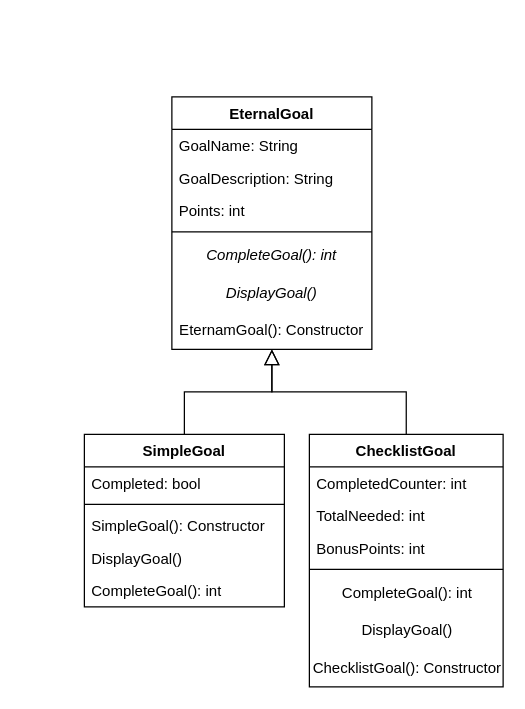
Before: Draw.io/Polymorphism.drawio in Jebthegamer/cse210_hw, a draw.io diagram. Source tidied: cells renumbered, new cells numbered last; positions are measured from the earlier drawing's top-left corner, leaving out a move shared by most shapes. Both pictures are drawn from the tidied source at 125%, with x=0, y=0 at pixel (84, 96).
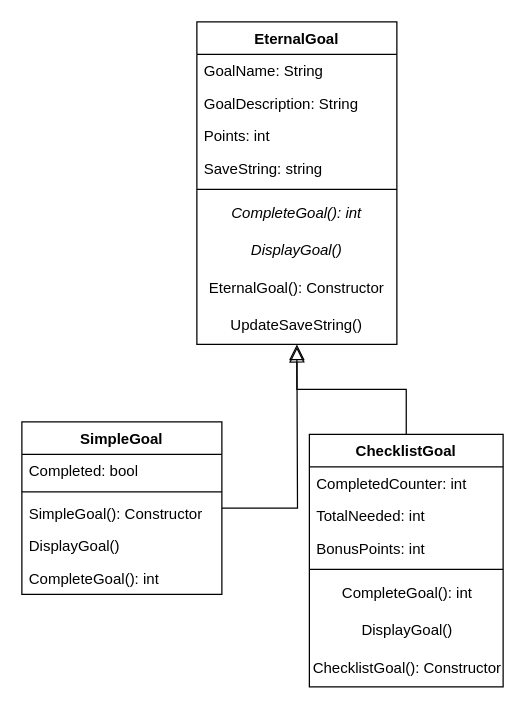
After the change.

Diff of the diagram source:
```diff
@@
     <mxCell id="2" value="EternalGoal" style="swimlane;fontStyle=1;align=center;verticalAlign=top;horizontal=1;startSize=26;rounded=0;shadow=0;strokeWidth=1;" parent="1" vertex="1">
-      <mxGeometry x="70" width="160" height="202" as="geometry" />
+      <mxGeometry x="90" y="-60" width="160" height="258" as="geometry" />
     </mxCell>
@@
+    <mxCell id="26" value="SaveString: string" style="text;align=left;verticalAlign=top;spacingLeft=4;spacingRight=4;overflow=hidden;" parent="2" vertex="1">
+      <mxGeometry y="104" width="160" height="26" as="geometry" />
+    </mxCell>
     <mxCell id="6" style="line;html=1;strokeWidth=1;align=left;verticalAlign=middle;spacingTop=-1;spacingLeft=3;spacingRight=3;labelPosition=right;" parent="2" vertex="1">
-      <mxGeometry y="104" width="160" height="8" as="geometry" />
+      <mxGeometry y="130" width="160" height="8" as="geometry" />
     </mxCell>
     <mxCell id="7" value="&lt;i&gt;CompleteGoal(): int&lt;/i&gt;" style="text;html=1;strokeColor=none;fillColor=none;align=center;verticalAlign=middle;whiteSpace=wrap;rounded=0;" parent="2" vertex="1">
-      <mxGeometry y="112" width="160" height="30" as="geometry" />
+      <mxGeometry y="138" width="160" height="30" as="geometry" />
     </mxCell>
     <mxCell id="8" value="&lt;i&gt;DisplayGoal()&lt;/i&gt;" style="text;html=1;strokeColor=none;fillColor=none;align=center;verticalAlign=middle;whiteSpace=wrap;rounded=0;" parent="2" vertex="1">
-      <mxGeometry y="142" width="160" height="30" as="geometry" />
+      <mxGeometry y="168" width="160" height="30" as="geometry" />
     </mxCell>
-    <mxCell id="9" value="EternamGoal(): Constructor" style="text;html=1;strokeColor=none;fillColor=none;align=center;verticalAlign=middle;whiteSpace=wrap;rounded=0;" parent="2" vertex="1">
-      <mxGeometry y="172" width="160" height="30" as="geometry" />
+    <mxCell id="9" value="EternalGoal(): Constructor" style="text;html=1;strokeColor=none;fillColor=none;align=center;verticalAlign=middle;whiteSpace=wrap;rounded=0;" parent="2" vertex="1">
+      <mxGeometry y="198" width="160" height="30" as="geometry" />
     </mxCell>
+    <mxCell id="27" value="UpdateSaveString()" style="text;html=1;strokeColor=none;fillColor=none;align=center;verticalAlign=middle;whiteSpace=wrap;rounded=0;" parent="2" vertex="1">
+      <mxGeometry y="228" width="160" height="30" as="geometry" />
+    </mxCell>
@@
-    <mxCell id="19" style="edgeStyle=orthogonalEdgeStyle;rounded=0;jettySize=auto;html=1;endArrow=block;endFill=0;startSize=6;endSize=10;" parent="1" edge="1" source="20" target="9">
-      <mxGeometry relative="1" as="geometry" />
+    <mxCell id="19" style="edgeStyle=orthogonalEdgeStyle;rounded=0;jettySize=auto;html=1;endArrow=block;endFill=0;startSize=6;endSize=10;" parent="1" edge="1" source="20">
+      <mxGeometry relative="1" as="geometry">
+        <mxPoint x="170" y="200" as="targetPoint" />
+      </mxGeometry>
     </mxCell>
     <mxCell id="20" value="SimpleGoal" style="swimlane;fontStyle=1;align=center;verticalAlign=top;horizontal=1;startSize=26;whiteSpace=wrap;html=1;" parent="1" vertex="1">
-      <mxGeometry y="270" width="160" height="138" as="geometry" />
+      <mxGeometry x="-50" y="260" width="160" height="138" as="geometry" />
     </mxCell>
```
